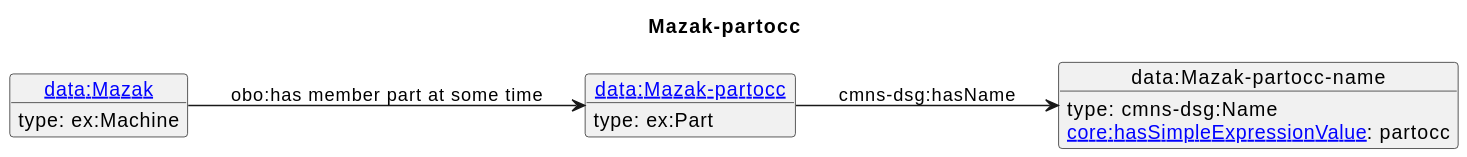
iofoundry/example-syseng-mtconnect keeps this PlantUML diagram as diagrams/Mazak-partocc.svg. Above is the earlier version.
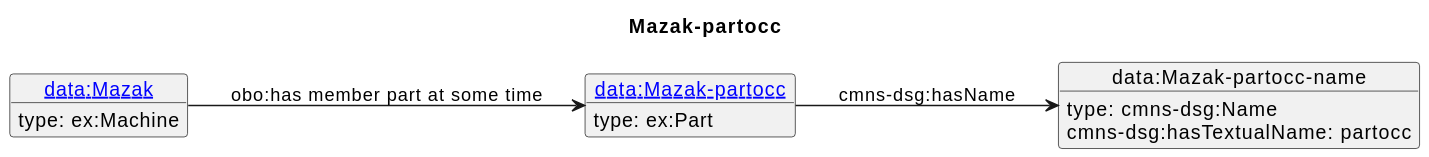
After the change.

Diff of the diagram source:
```diff
@@ -12,6 +12,6 @@
  type: ex:Machine
 }
 o1 --> o2 : cmns-dsg:hasName
-o2 : [[https://spec.industrialontologies.org/ontology/core/Core/hasSimpleExpressionValue core:hasSimpleExpressionValue]]: partocc
+o2 : cmns-dsg:hasTextualName: partocc
 o3 --> o1 : obo:has member part at some time
 @enduml
```
